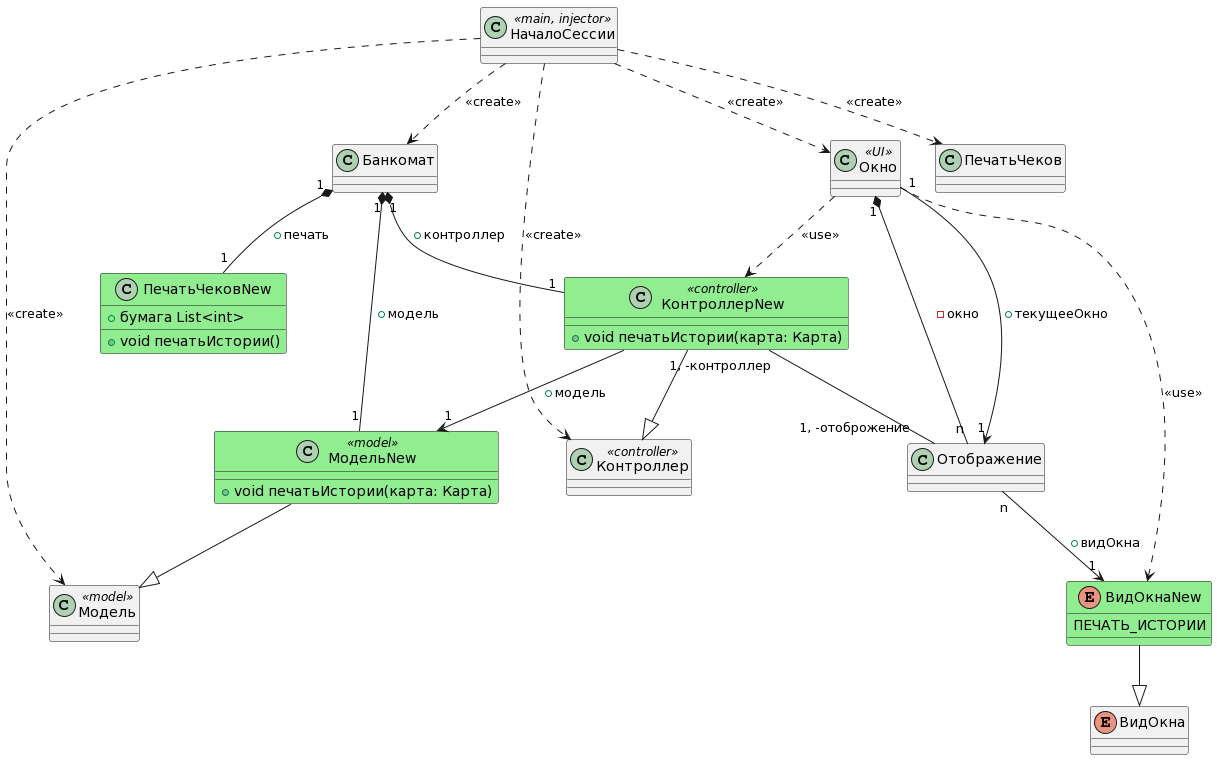
ArianaM03/PPVIS keeps this PlantUML diagram as doc/classDiagram3.png. Above is the earlier version. Its diagram source:
```plantuml
@startuml
class НачалоСессии <<main, injector>>{
}

НачалоСессии ..> Банкомат: <<create>>
НачалоСессии ..> Модель: <<create>>
НачалоСессии ..> Контроллер: <<create>>
НачалоСессии ..> Окно: <<create>>
НачалоСессии ..> ПечатьЧеков: <<create>>

class ПечатьЧековNew #back:lightgreen
{
    + бумага List<int>
    + void печатьИстории()
}


class Банкомат{
}

Банкомат "1" *-- "1" ПечатьЧековNew : +печать
Банкомат "1" *-- "1" МодельNew : +модель
Банкомат "1" *-- "1" КонтроллерNew : +контроллер

class Модель <<model>>
{
}

class МодельNew <<model>> #back:lightgreen
{
    + void печатьИстории(карта: Карта)
}

МодельNew --|> Модель

class Контроллер <<controller>>
{
}

class КонтроллерNew <<controller>> #back:lightgreen
{
    + void печатьИстории(карта: Карта)
}

КонтроллерNew --|> Контроллер

КонтроллерNew --> "1" МодельNew : +модель


class Окно <<UI>>{
}

class Отображение{
}


enum ВидОкна{
}

enum ВидОкнаNew #back:lightgreen
{
    ПЕЧАТЬ_ИСТОРИИ
}

ВидОкнаNew --|> ВидОкна

Окно ..> ВидОкнаNew: <<use>>
Окно ..> КонтроллерNew: <<use>>
Окно "1" *-- "n" Отображение: -окно
Отображение "n" -->  "1" ВидОкнаNew: +видОкна
Окно "1" --> "1" Отображение: +текущееОкно
КонтроллерNew "1, -контроллер" -- "1, -отоброжение" Отображение
@enduml
```
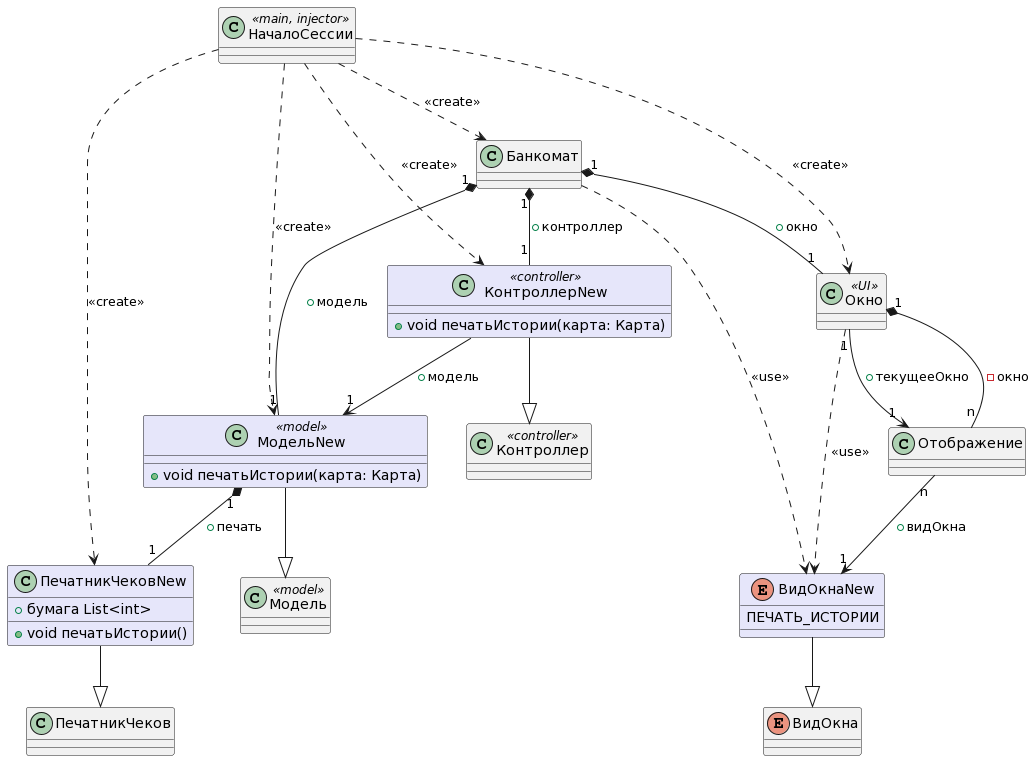
Above is the later version.

Change to the diagram source:
```diff
@@ -3,22 +3,27 @@
 }
 
 НачалоСессии ..> Банкомат: <<create>>
-НачалоСессии ..> Модель: <<create>>
-НачалоСессии ..> Контроллер: <<create>>
+НачалоСессии ..> МодельNew: <<create>>
+НачалоСессии ..> КонтроллерNew: <<create>>
 НачалоСессии ..> Окно: <<create>>
-НачалоСессии ..> ПечатьЧеков: <<create>>
+НачалоСессии ..> ПечатникЧековNew: <<create>>
 
-class ПечатьЧековNew #back:lightgreen
+class ПечатникЧеков{
+}
+
+class ПечатникЧековNew #back:lavender
 {
     + бумага List<int>
     + void печатьИстории()
 }
 
+ПечатникЧековNew --|> ПечатникЧеков
 
 class Банкомат{
 }
 
-Банкомат "1" *-- "1" ПечатьЧековNew : +печать
+Банкомат "1" *-- "1" Окно: +окно
+Банкомат ..> ВидОкнаNew: <<use>>
 Банкомат "1" *-- "1" МодельNew : +модель
 Банкомат "1" *-- "1" КонтроллерNew : +контроллер
 
@@ -26,7 +31,7 @@
 {
 }
 
-class МодельNew <<model>> #back:lightgreen
+class МодельNew <<model>> #back:lavender
 {
     + void печатьИстории(карта: Карта)
 }
@@ -37,7 +42,7 @@
 {
 }
 
-class КонтроллерNew <<controller>> #back:lightgreen
+class КонтроллерNew <<controller>> #back:lavender
 {
     + void печатьИстории(карта: Карта)
 }
@@ -57,17 +62,18 @@
 enum ВидОкна{
 }
 
-enum ВидОкнаNew #back:lightgreen
+enum ВидОкнаNew #back:lavender
 {
     ПЕЧАТЬ_ИСТОРИИ
 }
 
 ВидОкнаNew --|> ВидОкна
 
+
+МодельNew "1" *-- "1" ПечатникЧековNew : +печать
+
 Окно ..> ВидОкнаNew: <<use>>
-Окно ..> КонтроллерNew: <<use>>
 Окно "1" *-- "n" Отображение: -окно
 Отображение "n" -->  "1" ВидОкнаNew: +видОкна
 Окно "1" --> "1" Отображение: +текущееОкно
-КонтроллерNew "1, -контроллер" -- "1, -отоброжение" Отображение
 @enduml
```
